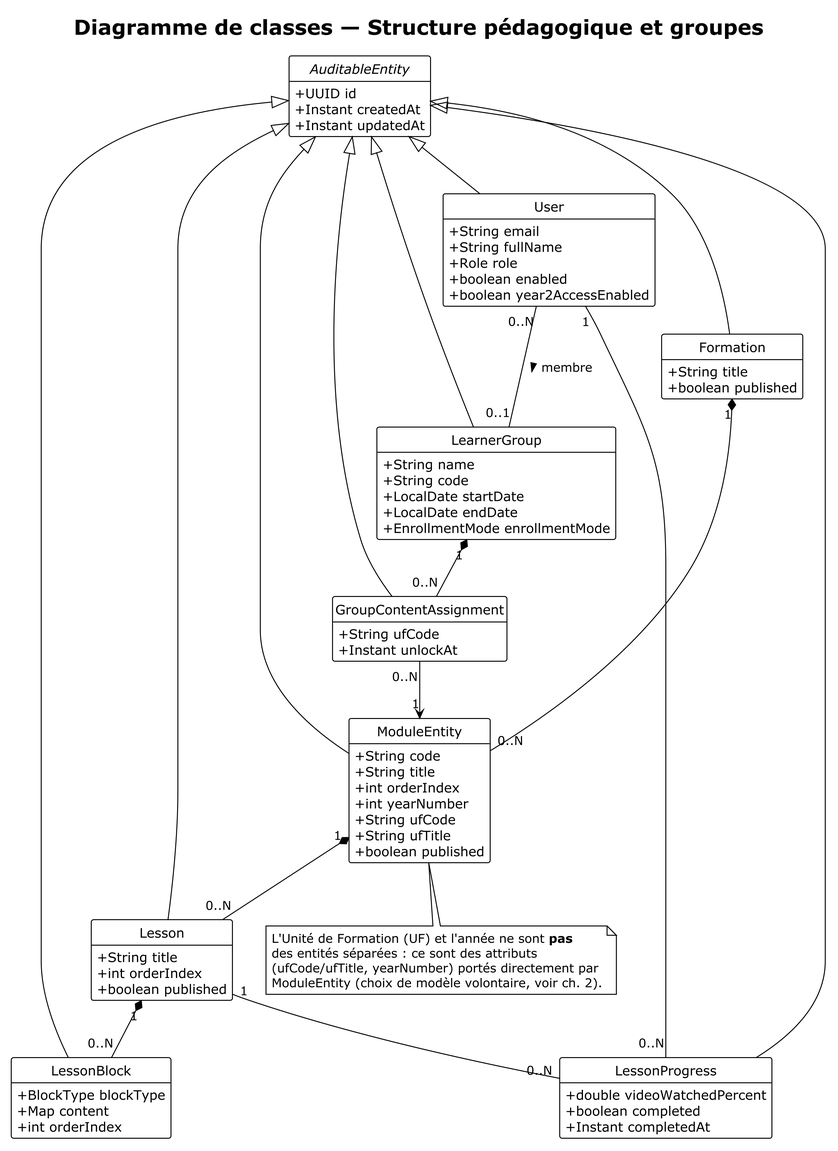
Above: diagrammes/images/diagramme_classes_pedagogie.png in aminecharro01/E-learning (PlantUML), before the change.
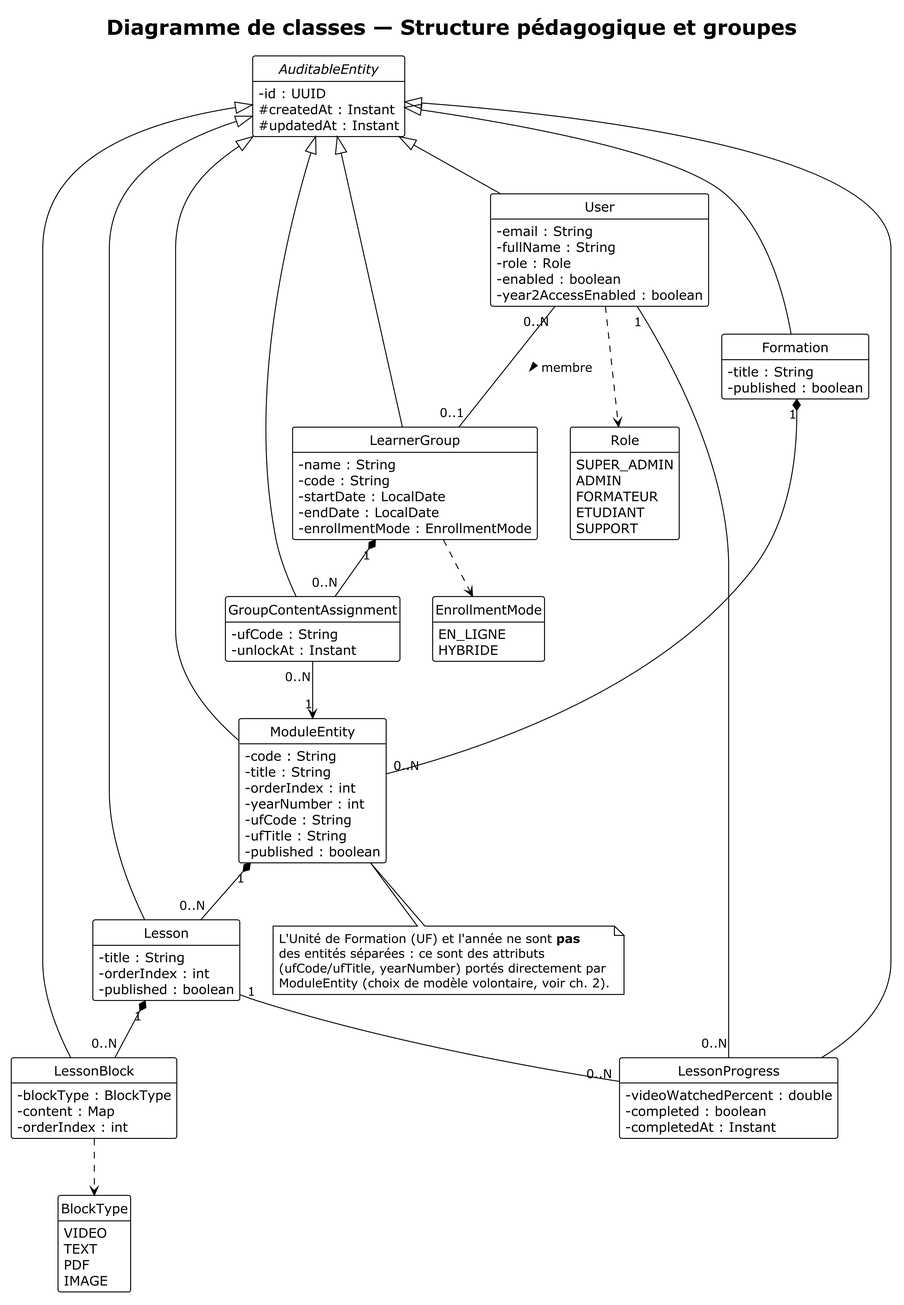
The same file after the commit.

Diff of the diagram source:
```diff
@@ -8,63 +8,83 @@
 title Diagramme de classes — Structure pédagogique et groupes
 
 abstract class AuditableEntity {
-  +UUID id
-  +Instant createdAt
-  +Instant updatedAt
+  - id : UUID
+  # createdAt : Instant
+  # updatedAt : Instant
 }
 
 class User {
-  +String email
-  +String fullName
-  +Role role
-  +boolean enabled
-  +boolean year2AccessEnabled
+  - email : String
+  - fullName : String
+  - role : Role
+  - enabled : boolean
+  - year2AccessEnabled : boolean
 }
 
 class LearnerGroup {
-  +String name
-  +String code
-  +LocalDate startDate
-  +LocalDate endDate
-  +EnrollmentMode enrollmentMode
+  - name : String
+  - code : String
+  - startDate : LocalDate
+  - endDate : LocalDate
+  - enrollmentMode : EnrollmentMode
 }
 
 class GroupContentAssignment {
-  +String ufCode
-  +Instant unlockAt
+  - ufCode : String
+  - unlockAt : Instant
 }
 
 class Formation {
-  +String title
-  +boolean published
+  - title : String
+  - published : boolean
 }
 
 class ModuleEntity {
-  +String code
-  +String title
-  +int orderIndex
-  +int yearNumber
-  +String ufCode
-  +String ufTitle
-  +boolean published
+  - code : String
+  - title : String
+  - orderIndex : int
+  - yearNumber : int
+  - ufCode : String
+  - ufTitle : String
+  - published : boolean
 }
 
 class Lesson {
-  +String title
-  +int orderIndex
-  +boolean published
+  - title : String
+  - orderIndex : int
+  - published : boolean
 }
 
 class LessonBlock {
-  +BlockType blockType
-  +Map content
-  +int orderIndex
+  - blockType : BlockType
+  - content : Map
+  - orderIndex : int
 }
 
 class LessonProgress {
-  +double videoWatchedPercent
-  +boolean completed
-  +Instant completedAt
+  - videoWatchedPercent : double
+  - completed : boolean
+  - completedAt : Instant
+}
+
+enum Role {
+  SUPER_ADMIN
+  ADMIN
+  FORMATEUR
+  ETUDIANT
+  SUPPORT
+}
+
+enum EnrollmentMode {
+  EN_LIGNE
+  HYBRIDE
+}
+
+enum BlockType {
+  VIDEO
+  TEXT
+  PDF
+  IMAGE
 }
 
 AuditableEntity <|-- User
@@ -75,6 +95,10 @@
 AuditableEntity <|-- Lesson
 AuditableEntity <|-- LessonBlock
 AuditableEntity <|-- LessonProgress
+
+User ..> Role
+LearnerGroup ..> EnrollmentMode
+LessonBlock ..> BlockType
 
 User "0..N" -- "0..1" LearnerGroup : membre >
 LearnerGroup "1" *-- "0..N" GroupContentAssignment
```
